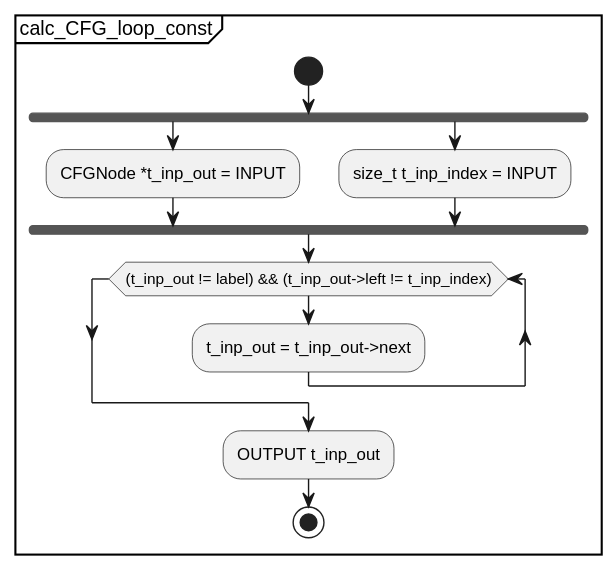
Earlier version of the PlantUML export docs/UML/Control_Flow_Graph_Generation_Scheme/submodules/svg/calc_CFG_loop_const.svg (KeithCBrett/Python-Compiler).
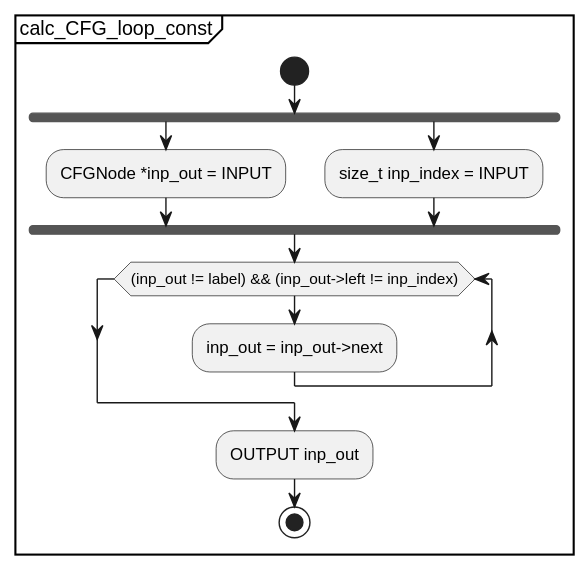
Above is the later version.

What changed in the source:
```diff
@@ -1,15 +1,15 @@
 @startuml
 partition calc_CFG_loop_const {
-    start
-    fork
-        :CFGNode *t_inp_out = INPUT;
-    fork again
-        :size_t t_inp_index = INPUT;
-    fork end
-    while ((t_inp_out != label) && (t_inp_out->left != t_inp_index))
-        :t_inp_out = t_inp_out->next;
-    endwhile
-    :OUTPUT t_inp_out;
-    stop
+	start
+	fork
+		:CFGNode *inp_out = INPUT;
+	fork again
+		:size_t inp_index = INPUT;
+	fork end
+	while ((inp_out != label) && (inp_out->left != inp_index))
+		:inp_out = inp_out->next;
+	endwhile
+	:OUTPUT inp_out;
+stop
 }
 @enduml
```
